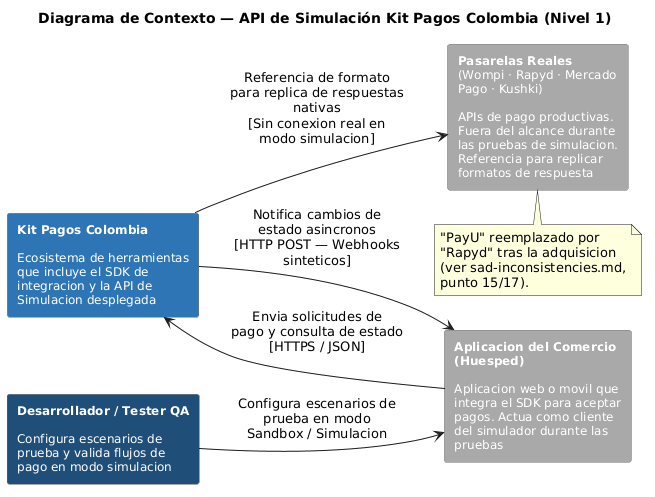
The PlantUML diagram docs/architecture/Simulador API/Context Diagram - C4.png in PurosBrothers/Kit-Pagos-Colombia---Tesis, before a commit.
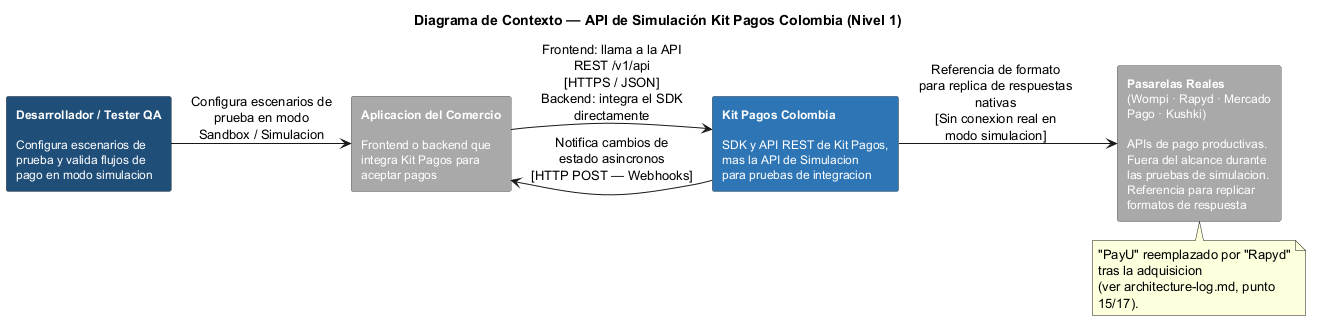
Above is the later version.

Change to the diagram source:
```diff
@@ -1,4 +1,5 @@
-@startuml
+@startuml Context Diagram - Simulador API
+!pragma layout smetana
 title Diagrama de Contexto — API de Simulación Kit Pagos Colombia (Nivel 1)
 left to right direction
 skinparam backgroundColor white
@@ -11,17 +12,18 @@
 }
 
 rectangle "**Desarrollador / Tester QA**\n\nConfigura escenarios de\nprueba y valida flujos de\npago en modo simulacion" as Dev #1F4E79
-rectangle "**Aplicacion del Comercio (Huesped)**\n\nAplicacion web o movil que\nintegra el SDK para aceptar\npagos. Actua como cliente\ndel simulador durante las\npruebas" as Comercio #A9A9A9
-rectangle "**Kit Pagos Colombia**\n\nEcosistema de herramientas\nque incluye el SDK de\nintegracion y la API de\nSimulacion desplegada" as KitPagos #2E75B6
+rectangle "**Aplicacion del Comercio**\n\nFrontend o backend que\nintegra Kit Pagos para\naceptar pagos" as Comercio #A9A9A9
+rectangle "**Kit Pagos Colombia**\n\nSDK y API REST de Kit Pagos,\nmas la API de Simulacion\npara pruebas de integracion" as KitPagos #2E75B6
 rectangle "**Pasarelas Reales**\n(Wompi · Rapyd · Mercado\nPago · Kushki)\n\nAPIs de pago productivas.\nFuera del alcance durante\nlas pruebas de simulacion.\nReferencia para replicar\nformatos de respuesta" as Pasarelas #A9A9A9
 
 Dev --> Comercio : Configura escenarios de\nprueba en modo\nSandbox / Simulacion
-Comercio --> KitPagos : Envia solicitudes de\npago y consulta de estado\n[HTTPS / JSON]
-KitPagos --> Comercio : Notifica cambios de\nestado asincronos\n[HTTP POST — Webhooks\nsinteticos]
+Comercio --> KitPagos : Frontend: llama a la API\nREST /v1/api\n[HTTPS / JSON]\nBackend: integra el SDK\ndirectamente
+KitPagos --> Comercio : Notifica cambios de\nestado asincronos\n[HTTP POST — Webhooks]
 KitPagos --> Pasarelas : Referencia de formato\npara replica de respuestas\nnativas\n[Sin conexion real en\nmodo simulacion]
 
 note bottom of Pasarelas
   "PayU" reemplazado por "Rapyd" tras la adquisicion
-  (ver sad-inconsistencies.md, punto 15/17).
+  (ver architecture-log.md, punto 15/17).
 end note
+
 @enduml
```
